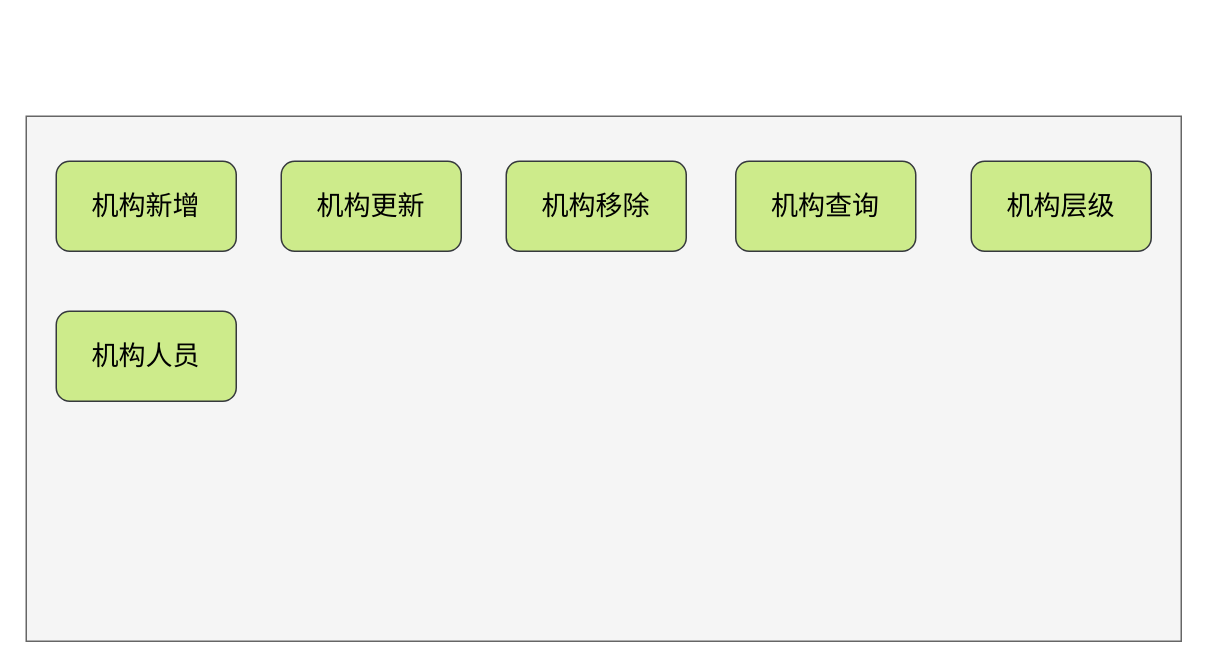
Above: jbh/淑乐功能拆解.drawio in GitHeP/diagrams (draw.io), before the change. Source tidied: cells renumbered, new cells numbered last; positions are measured from the earlier drawing's top-left corner, leaving out a move shared by most shapes. Both pictures are drawn from the tidied source at 150%, with x=0, y=0 at pixel (26, 116).
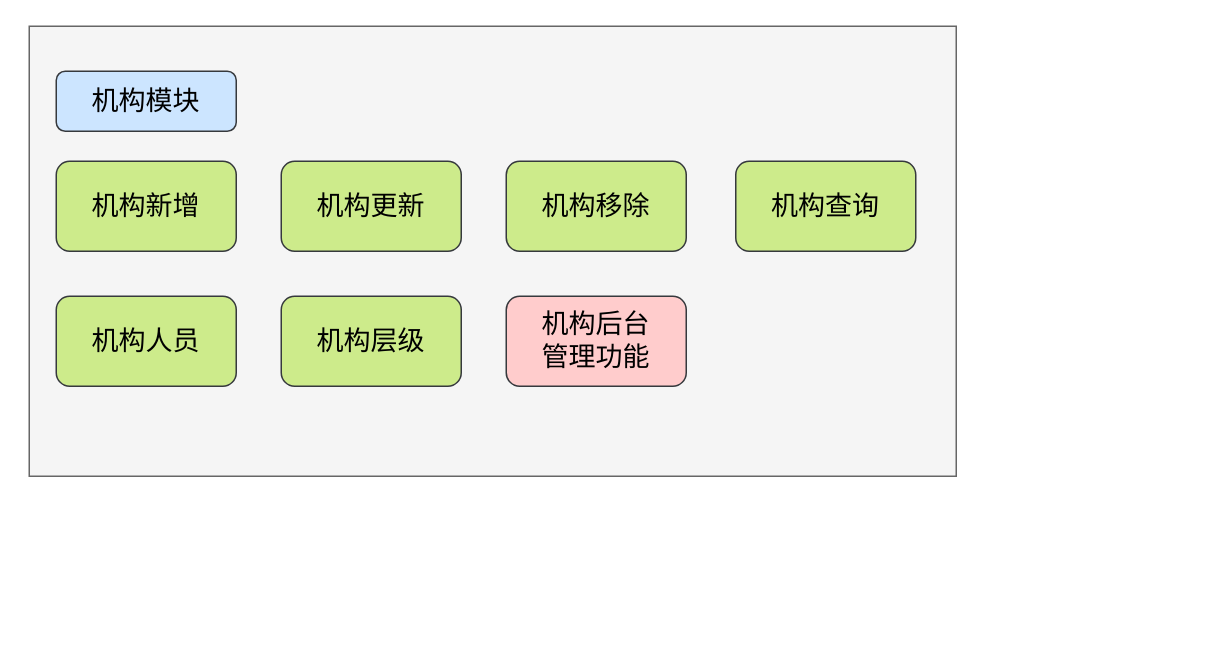
After the change.

Commit message (it also covers changes not shown here):
更新淑乐功能拆解.drawio

The edit, as a diff of the source:
```diff
@@
 <mxGraphModel>
   <root>
     <mxCell id="0" />
     <mxCell id="1" parent="0" />
     <mxCell id="2" style="rounded=0;whiteSpace=wrap;html=1;fillColor=#f5f5f5;fontColor=#333333;strokeColor=#666666;" parent="1" vertex="1">
-      <mxGeometry width="770" height="350" as="geometry" />
+      <mxGeometry x="2" y="-60" width="618" height="300" as="geometry" />
     </mxCell>
     <mxCell id="3" value="&lt;font style=&quot;font-size: 18px;&quot;&gt;机构新增&lt;/font&gt;" style="rounded=1;whiteSpace=wrap;html=1;fillColor=#cdeb8b;strokeColor=#36393d;" parent="1" vertex="1">
       <mxGeometry x="20" y="30" width="120" height="60" as="geometry" />
     </mxCell>
     <mxCell id="4" value="&lt;font style=&quot;font-size: 18px;&quot;&gt;机构更新&lt;/font&gt;" style="rounded=1;whiteSpace=wrap;html=1;fillColor=#cdeb8b;strokeColor=#36393d;" parent="1" vertex="1">
       <mxGeometry x="170" y="30" width="120" height="60" as="geometry" />
     </mxCell>
     <mxCell id="5" value="&lt;font style=&quot;font-size: 18px;&quot;&gt;机构移除&lt;/font&gt;" style="rounded=1;whiteSpace=wrap;html=1;fillColor=#cdeb8b;strokeColor=#36393d;" parent="1" vertex="1">
       <mxGeometry x="320" y="30" width="120" height="60" as="geometry" />
     </mxCell>
     <mxCell id="6" value="&lt;font style=&quot;font-size: 18px;&quot;&gt;机构查询&lt;/font&gt;" style="rounded=1;whiteSpace=wrap;html=1;fillColor=#cdeb8b;strokeColor=#36393d;" parent="1" vertex="1">
       <mxGeometry x="473" y="30" width="120" height="60" as="geometry" />
     </mxCell>
     <mxCell id="7" value="&lt;font style=&quot;font-size: 18px;&quot;&gt;机构层级&lt;/font&gt;" style="rounded=1;whiteSpace=wrap;html=1;fillColor=#cdeb8b;strokeColor=#36393d;" parent="1" vertex="1">
-      <mxGeometry x="630" y="30" width="120" height="60" as="geometry" />
+      <mxGeometry x="170" y="120" width="120" height="60" as="geometry" />
     </mxCell>
     <mxCell id="8" value="&lt;font style=&quot;font-size: 18px;&quot;&gt;机构人员&lt;/font&gt;" style="rounded=1;whiteSpace=wrap;html=1;fillColor=#cdeb8b;strokeColor=#36393d;" parent="1" vertex="1">
-      <mxGeometry x="20" y="130" width="120" height="60" as="geometry" />
+      <mxGeometry x="20" y="120" width="120" height="60" as="geometry" />
     </mxCell>
+    <mxCell id="9" value="&lt;font style=&quot;font-size: 18px;&quot;&gt;机构模块&lt;/font&gt;" style="rounded=1;whiteSpace=wrap;html=1;fillColor=#cce5ff;strokeColor=#36393d;" parent="1" vertex="1">
+      <mxGeometry x="20" y="-30" width="120" height="40" as="geometry" />
+    </mxCell>
+    <mxCell id="10" value="&lt;font style=&quot;font-size: 18px;&quot;&gt;机构后台&lt;br&gt;管理功能&lt;/font&gt;" style="rounded=1;whiteSpace=wrap;html=1;fillColor=#ffcccc;strokeColor=#36393d;" parent="1" vertex="1">
+      <mxGeometry x="320" y="120" width="120" height="60" as="geometry" />
+    </mxCell>
   </root>
 </mxGraphModel>
```
